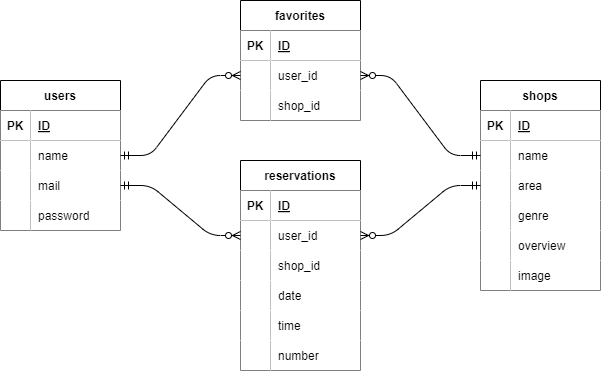
ippei-oki/advanced-mock-case keeps this draw.io diagram as er.drawio.png. Above is the earlier version. Source tidied: cells renumbered, new cells last; positions are measured from the earlier drawing's top-left corner, leaving out a move shared by most shapes. Its diagram source:
```xml
<mxGraphModel>
  <root>
    <mxCell id="0" />
    <mxCell id="1" parent="0" />
    <mxCell id="2" value="users" style="shape=table;startSize=30;rowLines=0;fontStyle=1;align=center;" parent="1" vertex="1">
      <mxGeometry y="80" width="120" height="150" as="geometry" />
    </mxCell>
    <mxCell id="3" style="shape=tableRow;horizontal=0;startSize=0;swimlaneHead=0;swimlaneBody=0;fillColor=none;top=0;left=0;right=0;bottom=1;" parent="2" vertex="1">
      <mxGeometry y="30" width="120" height="30" as="geometry" />
    </mxCell>
    <mxCell id="4" value="PK" style="shape=partialRectangle;fillColor=default;top=0;left=0;bottom=0;right=0;fontStyle=1;overflow=hidden;" parent="3" vertex="1">
      <mxGeometry width="30" height="30" as="geometry" />
    </mxCell>
    <mxCell id="5" value="ID" style="shape=partialRectangle;fillColor=default;top=0;left=0;bottom=0;right=0;align=left;spacingLeft=6;fontStyle=5;overflow=hidden;" parent="3" vertex="1">
      <mxGeometry x="30" width="90" height="30" as="geometry" />
    </mxCell>
    <mxCell id="6" style="shape=tableRow;horizontal=0;startSize=0;swimlaneHead=0;swimlaneBody=0;fillColor=none;points=[[0,0.5],[1,0.5]];portConstraint=eastwest;top=0;left=0;right=0;bottom=0;" parent="2" vertex="1">
      <mxGeometry y="60" width="120" height="30" as="geometry" />
    </mxCell>
    <mxCell id="7" style="shape=partialRectangle;fillColor=default;top=0;left=0;bottom=0;right=0;overflow=hidden;" parent="6" vertex="1">
      <mxGeometry width="30" height="30" as="geometry" />
    </mxCell>
    <mxCell id="8" value="name" style="shape=partialRectangle;fillColor=default;top=0;left=0;bottom=0;right=0;align=left;spacingLeft=6;overflow=hidden;" parent="6" vertex="1">
      <mxGeometry x="30" width="90" height="30" as="geometry" />
    </mxCell>
    <mxCell id="9" style="shape=tableRow;horizontal=0;startSize=0;swimlaneHead=0;swimlaneBody=0;fillColor=none;points=[[0,0.5],[1,0.5]];portConstraint=eastwest;top=0;left=0;right=0;bottom=0;" parent="2" vertex="1">
      <mxGeometry y="90" width="120" height="30" as="geometry" />
    </mxCell>
    <mxCell id="10" style="shape=partialRectangle;fillColor=default;top=0;left=0;bottom=0;right=0;overflow=hidden;" parent="9" vertex="1">
      <mxGeometry width="30" height="30" as="geometry" />
    </mxCell>
    <mxCell id="11" value="mail" style="shape=partialRectangle;fillColor=default;top=0;left=0;bottom=0;right=0;align=left;spacingLeft=6;overflow=hidden;" parent="9" vertex="1">
      <mxGeometry x="30" width="90" height="30" as="geometry" />
    </mxCell>
    <mxCell id="12" style="shape=tableRow;horizontal=0;startSize=0;swimlaneHead=0;swimlaneBody=0;fillColor=none;top=0;left=0;right=0;bottom=0;" parent="2" vertex="1">
      <mxGeometry y="120" width="120" height="30" as="geometry" />
    </mxCell>
    <mxCell id="13" style="shape=partialRectangle;fillColor=default;top=0;left=0;bottom=0;right=0;overflow=hidden;" parent="12" vertex="1">
      <mxGeometry width="30" height="30" as="geometry" />
    </mxCell>
    <mxCell id="14" value="password" style="shape=partialRectangle;fillColor=default;top=0;left=0;bottom=0;right=0;align=left;spacingLeft=6;overflow=hidden;" parent="12" vertex="1">
      <mxGeometry x="30" width="90" height="30" as="geometry" />
    </mxCell>
    <mxCell id="15" value="shops" style="shape=table;startSize=30;rowLines=0;fontStyle=1;align=center;" parent="1" vertex="1">
      <mxGeometry x="480" y="80" width="120" height="210" as="geometry" />
    </mxCell>
    <mxCell id="16" style="shape=tableRow;horizontal=0;startSize=0;swimlaneHead=0;swimlaneBody=0;fillColor=none;top=0;left=0;right=0;bottom=1;" parent="15" vertex="1">
      <mxGeometry y="30" width="120" height="30" as="geometry" />
    </mxCell>
    <mxCell id="17" value="PK" style="shape=partialRectangle;fillColor=default;top=0;left=0;bottom=0;right=0;fontStyle=1;overflow=hidden;" parent="16" vertex="1">
      <mxGeometry width="30" height="30" as="geometry" />
    </mxCell>
    <mxCell id="18" value="ID" style="shape=partialRectangle;fillColor=default;top=0;left=0;bottom=0;right=0;align=left;spacingLeft=6;fontStyle=5;overflow=hidden;" parent="16" vertex="1">
      <mxGeometry x="30" width="90" height="30" as="geometry" />
    </mxCell>
    <mxCell id="19" style="shape=tableRow;horizontal=0;startSize=0;swimlaneHead=0;swimlaneBody=0;fillColor=none;points=[[0,0.5],[1,0.5]];portConstraint=eastwest;top=0;left=0;right=0;bottom=0;" parent="15" vertex="1">
      <mxGeometry y="60" width="120" height="30" as="geometry" />
    </mxCell>
    <mxCell id="20" style="shape=partialRectangle;fillColor=default;top=0;left=0;bottom=0;right=0;overflow=hidden;" parent="19" vertex="1">
      <mxGeometry width="30" height="30" as="geometry" />
    </mxCell>
    <mxCell id="21" value="name" style="shape=partialRectangle;fillColor=default;top=0;left=0;bottom=0;right=0;align=left;spacingLeft=6;overflow=hidden;" parent="19" vertex="1">
      <mxGeometry x="30" width="90" height="30" as="geometry" />
    </mxCell>
    <mxCell id="22" style="shape=tableRow;horizontal=0;startSize=0;swimlaneHead=0;swimlaneBody=0;fillColor=none;points=[[0,0.5],[1,0.5]];portConstraint=eastwest;top=0;left=0;right=0;bottom=0;" parent="15" vertex="1">
      <mxGeometry y="90" width="120" height="30" as="geometry" />
    </mxCell>
    <mxCell id="23" style="shape=partialRectangle;fillColor=default;top=0;left=0;bottom=0;right=0;overflow=hidden;" parent="22" vertex="1">
      <mxGeometry width="30" height="30" as="geometry" />
    </mxCell>
    <mxCell id="24" value="area" style="shape=partialRectangle;fillColor=default;top=0;left=0;bottom=0;right=0;align=left;spacingLeft=6;overflow=hidden;" parent="22" vertex="1">
      <mxGeometry x="30" width="90" height="30" as="geometry" />
    </mxCell>
    <mxCell id="25" style="shape=tableRow;horizontal=0;startSize=0;swimlaneHead=0;swimlaneBody=0;fillColor=none;top=0;left=0;right=0;bottom=0;" parent="15" vertex="1">
      <mxGeometry y="120" width="120" height="30" as="geometry" />
    </mxCell>
    <mxCell id="26" style="shape=partialRectangle;fillColor=default;top=0;left=0;bottom=0;right=0;overflow=hidden;" parent="25" vertex="1">
      <mxGeometry width="30" height="30" as="geometry" />
    </mxCell>
    <mxCell id="27" value="genre" style="shape=partialRectangle;fillColor=default;top=0;left=0;bottom=0;right=0;align=left;spacingLeft=6;overflow=hidden;" parent="25" vertex="1">
      <mxGeometry x="30" width="90" height="30" as="geometry" />
    </mxCell>
    <mxCell id="28" style="shape=tableRow;horizontal=0;startSize=0;swimlaneHead=0;swimlaneBody=0;fillColor=none;top=0;left=0;right=0;bottom=0;" parent="15" vertex="1">
      <mxGeometry y="150" width="120" height="30" as="geometry" />
    </mxCell>
    <mxCell id="29" style="shape=partialRectangle;fillColor=default;top=0;left=0;bottom=0;right=0;overflow=hidden;" parent="28" vertex="1">
      <mxGeometry width="30" height="30" as="geometry" />
    </mxCell>
    <mxCell id="30" value="overview" style="shape=partialRectangle;fillColor=default;top=0;left=0;bottom=0;right=0;align=left;spacingLeft=6;overflow=hidden;" parent="28" vertex="1">
      <mxGeometry x="30" width="90" height="30" as="geometry" />
    </mxCell>
    <mxCell id="31" style="shape=tableRow;horizontal=0;startSize=0;swimlaneHead=0;swimlaneBody=0;fillColor=none;top=0;left=0;right=0;bottom=0;" parent="15" vertex="1">
      <mxGeometry y="180" width="120" height="30" as="geometry" />
    </mxCell>
    <mxCell id="32" style="shape=partialRectangle;fillColor=default;top=0;left=0;bottom=0;right=0;overflow=hidden;" parent="31" vertex="1">
      <mxGeometry width="30" height="30" as="geometry" />
    </mxCell>
    <mxCell id="33" value="image" style="shape=partialRectangle;fillColor=default;top=0;left=0;bottom=0;right=0;align=left;spacingLeft=6;overflow=hidden;" parent="31" vertex="1">
      <mxGeometry x="30" width="90" height="30" as="geometry" />
    </mxCell>
    <mxCell id="34" value="favorites" style="shape=table;startSize=30;rowLines=0;fontStyle=1;align=center;" parent="1" vertex="1">
      <mxGeometry x="240" width="120" height="120" as="geometry" />
    </mxCell>
    <mxCell id="35" style="shape=tableRow;horizontal=0;startSize=0;swimlaneHead=0;swimlaneBody=0;fillColor=none;top=0;left=0;right=0;bottom=1;" parent="34" vertex="1">
      <mxGeometry y="30" width="120" height="30" as="geometry" />
    </mxCell>
    <mxCell id="36" value="PK" style="shape=partialRectangle;fillColor=default;top=0;left=0;bottom=0;right=0;fontStyle=1;overflow=hidden;" parent="35" vertex="1">
      <mxGeometry width="30" height="30" as="geometry" />
    </mxCell>
    <mxCell id="37" value="ID" style="shape=partialRectangle;fillColor=default;top=0;left=0;bottom=0;right=0;align=left;spacingLeft=6;fontStyle=5;overflow=hidden;" parent="35" vertex="1">
      <mxGeometry x="30" width="90" height="30" as="geometry" />
    </mxCell>
    <mxCell id="38" style="shape=tableRow;horizontal=0;startSize=0;swimlaneHead=0;swimlaneBody=0;fillColor=none;points=[[0,0.5],[1,0.5]];portConstraint=eastwest;top=0;left=0;right=0;bottom=0;" parent="34" vertex="1">
      <mxGeometry y="60" width="120" height="30" as="geometry" />
    </mxCell>
    <mxCell id="39" style="shape=partialRectangle;fillColor=default;top=0;left=0;bottom=0;right=0;overflow=hidden;" parent="38" vertex="1">
      <mxGeometry width="30" height="30" as="geometry" />
    </mxCell>
    <mxCell id="40" value="user_id" style="shape=partialRectangle;fillColor=default;top=0;left=0;bottom=0;right=0;align=left;spacingLeft=6;overflow=hidden;" parent="38" vertex="1">
      <mxGeometry x="30" width="90" height="30" as="geometry" />
    </mxCell>
    <mxCell id="41" style="shape=tableRow;horizontal=0;startSize=0;swimlaneHead=0;swimlaneBody=0;fillColor=none;top=0;left=0;right=0;bottom=0;" parent="34" vertex="1">
      <mxGeometry y="90" width="120" height="30" as="geometry" />
    </mxCell>
    <mxCell id="42" style="shape=partialRectangle;fillColor=default;top=0;left=0;bottom=0;right=0;overflow=hidden;" parent="41" vertex="1">
      <mxGeometry width="30" height="30" as="geometry" />
    </mxCell>
    <mxCell id="43" value="shop_id" style="shape=partialRectangle;fillColor=default;top=0;left=0;bottom=0;right=0;align=left;spacingLeft=6;overflow=hidden;" parent="41" vertex="1">
      <mxGeometry x="30" width="90" height="30" as="geometry" />
    </mxCell>
    <mxCell id="44" value="reservations" style="shape=table;startSize=30;rowLines=0;fontStyle=1;align=center;" parent="1" vertex="1">
      <mxGeometry x="240" y="160" width="120" height="210" as="geometry" />
    </mxCell>
    <mxCell id="45" style="shape=tableRow;horizontal=0;startSize=0;swimlaneHead=0;swimlaneBody=0;fillColor=none;top=0;left=0;right=0;bottom=1;" parent="44" vertex="1">
      <mxGeometry y="30" width="120" height="30" as="geometry" />
    </mxCell>
    <mxCell id="46" value="PK" style="shape=partialRectangle;fillColor=default;top=0;left=0;bottom=0;right=0;fontStyle=1;overflow=hidden;" parent="45" vertex="1">
      <mxGeometry width="30" height="30" as="geometry" />
    </mxCell>
    <mxCell id="47" value="ID" style="shape=partialRectangle;fillColor=default;top=0;left=0;bottom=0;right=0;align=left;spacingLeft=6;fontStyle=5;overflow=hidden;" parent="45" vertex="1">
      <mxGeometry x="30" width="90" height="30" as="geometry" />
    </mxCell>
    <mxCell id="48" style="shape=tableRow;horizontal=0;startSize=0;swimlaneHead=0;swimlaneBody=0;fillColor=none;points=[[0,0.5],[1,0.5]];portConstraint=eastwest;top=0;left=0;right=0;bottom=0;" parent="44" vertex="1">
      <mxGeometry y="60" width="120" height="30" as="geometry" />
    </mxCell>
    <mxCell id="49" style="shape=partialRectangle;fillColor=default;top=0;left=0;bottom=0;right=0;overflow=hidden;" parent="48" vertex="1">
      <mxGeometry width="30" height="30" as="geometry" />
    </mxCell>
    <mxCell id="50" value="user_id" style="shape=partialRectangle;fillColor=default;top=0;left=0;bottom=0;right=0;align=left;spacingLeft=6;overflow=hidden;" parent="48" vertex="1">
      <mxGeometry x="30" width="90" height="30" as="geometry" />
    </mxCell>
    <mxCell id="51" style="shape=tableRow;horizontal=0;startSize=0;swimlaneHead=0;swimlaneBody=0;fillColor=none;top=0;left=0;right=0;bottom=0;" parent="44" vertex="1">
      <mxGeometry y="90" width="120" height="30" as="geometry" />
    </mxCell>
    <mxCell id="52" style="shape=partialRectangle;fillColor=default;top=0;left=0;bottom=0;right=0;overflow=hidden;" parent="51" vertex="1">
      <mxGeometry width="30" height="30" as="geometry" />
    </mxCell>
    <mxCell id="53" value="shop_id" style="shape=partialRectangle;fillColor=default;top=0;left=0;bottom=0;right=0;align=left;spacingLeft=6;overflow=hidden;" parent="51" vertex="1">
      <mxGeometry x="30" width="90" height="30" as="geometry" />
    </mxCell>
    <mxCell id="54" style="shape=tableRow;horizontal=0;startSize=0;swimlaneHead=0;swimlaneBody=0;fillColor=none;top=0;left=0;right=0;bottom=0;" parent="44" vertex="1">
      <mxGeometry y="120" width="120" height="30" as="geometry" />
    </mxCell>
    <mxCell id="55" style="shape=partialRectangle;fillColor=default;top=0;left=0;bottom=0;right=0;overflow=hidden;" parent="54" vertex="1">
      <mxGeometry width="30" height="30" as="geometry" />
    </mxCell>
    <mxCell id="56" value="date" style="shape=partialRectangle;fillColor=default;top=0;left=0;bottom=0;right=0;align=left;spacingLeft=6;overflow=hidden;" parent="54" vertex="1">
      <mxGeometry x="30" width="90" height="30" as="geometry" />
    </mxCell>
    <mxCell id="57" style="shape=tableRow;horizontal=0;startSize=0;swimlaneHead=0;swimlaneBody=0;fillColor=none;top=0;left=0;right=0;bottom=0;" parent="44" vertex="1">
      <mxGeometry y="150" width="120" height="30" as="geometry" />
    </mxCell>
    <mxCell id="58" style="shape=partialRectangle;fillColor=default;top=0;left=0;bottom=0;right=0;overflow=hidden;" parent="57" vertex="1">
      <mxGeometry width="30" height="30" as="geometry" />
    </mxCell>
    <mxCell id="59" value="time" style="shape=partialRectangle;fillColor=default;top=0;left=0;bottom=0;right=0;align=left;spacingLeft=6;overflow=hidden;" parent="57" vertex="1">
      <mxGeometry x="30" width="90" height="30" as="geometry" />
    </mxCell>
    <mxCell id="60" style="shape=tableRow;horizontal=0;startSize=0;swimlaneHead=0;swimlaneBody=0;fillColor=none;top=0;left=0;right=0;bottom=0;" parent="44" vertex="1">
      <mxGeometry y="180" width="120" height="30" as="geometry" />
    </mxCell>
    <mxCell id="61" style="shape=partialRectangle;fillColor=default;top=0;left=0;bottom=0;right=0;overflow=hidden;" parent="60" vertex="1">
      <mxGeometry width="30" height="30" as="geometry" />
    </mxCell>
    <mxCell id="62" value="number" style="shape=partialRectangle;fillColor=default;top=0;left=0;bottom=0;right=0;align=left;spacingLeft=6;overflow=hidden;" parent="60" vertex="1">
      <mxGeometry x="30" width="90" height="30" as="geometry" />
    </mxCell>
    <mxCell id="63" style="edgeStyle=entityRelationEdgeStyle;fontSize=12;html=1;endArrow=ERzeroToMany;startArrow=ERmandOne;exitX=1;exitY=0.5;exitDx=0;exitDy=0;entryX=0;entryY=0.5;entryDx=0;entryDy=0;" parent="1" edge="1" source="6" target="38">
      <mxGeometry relative="1" as="geometry" />
    </mxCell>
    <mxCell id="64" style="edgeStyle=entityRelationEdgeStyle;fontSize=12;html=1;endArrow=ERzeroToMany;startArrow=ERmandOne;exitX=1;exitY=0.5;exitDx=0;exitDy=0;entryX=0;entryY=0.5;entryDx=0;entryDy=0;" parent="1" edge="1" source="9" target="48">
      <mxGeometry relative="1" as="geometry" />
    </mxCell>
    <mxCell id="65" style="edgeStyle=entityRelationEdgeStyle;fontSize=12;html=1;endArrow=ERzeroToMany;startArrow=ERmandOne;exitX=0;exitY=0.5;exitDx=0;exitDy=0;entryX=1;entryY=0.5;entryDx=0;entryDy=0;" parent="1" edge="1" source="19" target="38">
      <mxGeometry relative="1" as="geometry" />
    </mxCell>
    <mxCell id="66" style="edgeStyle=entityRelationEdgeStyle;fontSize=12;html=1;endArrow=ERzeroToMany;startArrow=ERmandOne;entryX=1;entryY=0.5;entryDx=0;entryDy=0;exitX=0;exitY=0.5;exitDx=0;exitDy=0;" parent="1" edge="1" source="22" target="48">
      <mxGeometry relative="1" as="geometry" />
    </mxCell>
  </root>
</mxGraphModel>
```
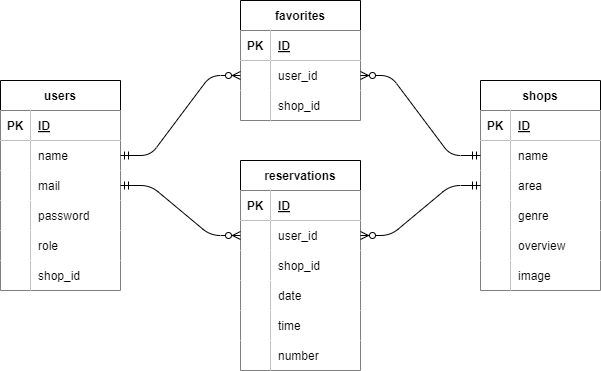
After the change.

What changed in the source:
```diff
@@ -3,7 +3,7 @@
     <mxCell id="0" />
     <mxCell id="1" parent="0" />
     <mxCell id="2" value="users" style="shape=table;startSize=30;rowLines=0;fontStyle=1;align=center;" parent="1" vertex="1">
-      <mxGeometry y="80" width="120" height="150" as="geometry" />
+      <mxGeometry y="80" width="120" height="210" as="geometry" />
     </mxCell>
     <mxCell id="3" style="shape=tableRow;horizontal=0;startSize=0;swimlaneHead=0;swimlaneBody=0;fillColor=none;top=0;left=0;right=0;bottom=1;" parent="2" vertex="1">
       <mxGeometry y="30" width="120" height="30" as="geometry" />
@@ -41,6 +41,24 @@
     <mxCell id="14" value="password" style="shape=partialRectangle;fillColor=default;top=0;left=0;bottom=0;right=0;align=left;spacingLeft=6;overflow=hidden;" parent="12" vertex="1">
       <mxGeometry x="30" width="90" height="30" as="geometry" />
     </mxCell>
+    <mxCell id="67" style="shape=tableRow;horizontal=0;startSize=0;swimlaneHead=0;swimlaneBody=0;fillColor=none;top=0;left=0;right=0;bottom=0;" parent="2" vertex="1">
+      <mxGeometry y="150" width="120" height="30" as="geometry" />
+    </mxCell>
+    <mxCell id="68" style="shape=partialRectangle;fillColor=default;top=0;left=0;bottom=0;right=0;overflow=hidden;" parent="67" vertex="1">
+      <mxGeometry width="30" height="30" as="geometry" />
+    </mxCell>
+    <mxCell id="69" value="role" style="shape=partialRectangle;fillColor=default;top=0;left=0;bottom=0;right=0;align=left;spacingLeft=6;overflow=hidden;" parent="67" vertex="1">
+      <mxGeometry x="30" width="90" height="30" as="geometry" />
+    </mxCell>
+    <mxCell id="70" style="shape=tableRow;horizontal=0;startSize=0;swimlaneHead=0;swimlaneBody=0;fillColor=none;top=0;left=0;right=0;bottom=0;" parent="2" vertex="1">
+      <mxGeometry y="180" width="120" height="30" as="geometry" />
+    </mxCell>
+    <mxCell id="71" style="shape=partialRectangle;fillColor=default;top=0;left=0;bottom=0;right=0;overflow=hidden;" parent="70" vertex="1">
+      <mxGeometry width="30" height="30" as="geometry" />
+    </mxCell>
+    <mxCell id="72" value="shop_id" style="shape=partialRectangle;fillColor=default;top=0;left=0;bottom=0;right=0;align=left;spacingLeft=6;overflow=hidden;" parent="70" vertex="1">
+      <mxGeometry x="30" width="90" height="30" as="geometry" />
+    </mxCell>
     <mxCell id="15" value="shops" style="shape=table;startSize=30;rowLines=0;fontStyle=1;align=center;" parent="1" vertex="1">
       <mxGeometry x="480" y="80" width="120" height="210" as="geometry" />
     </mxCell>
```
